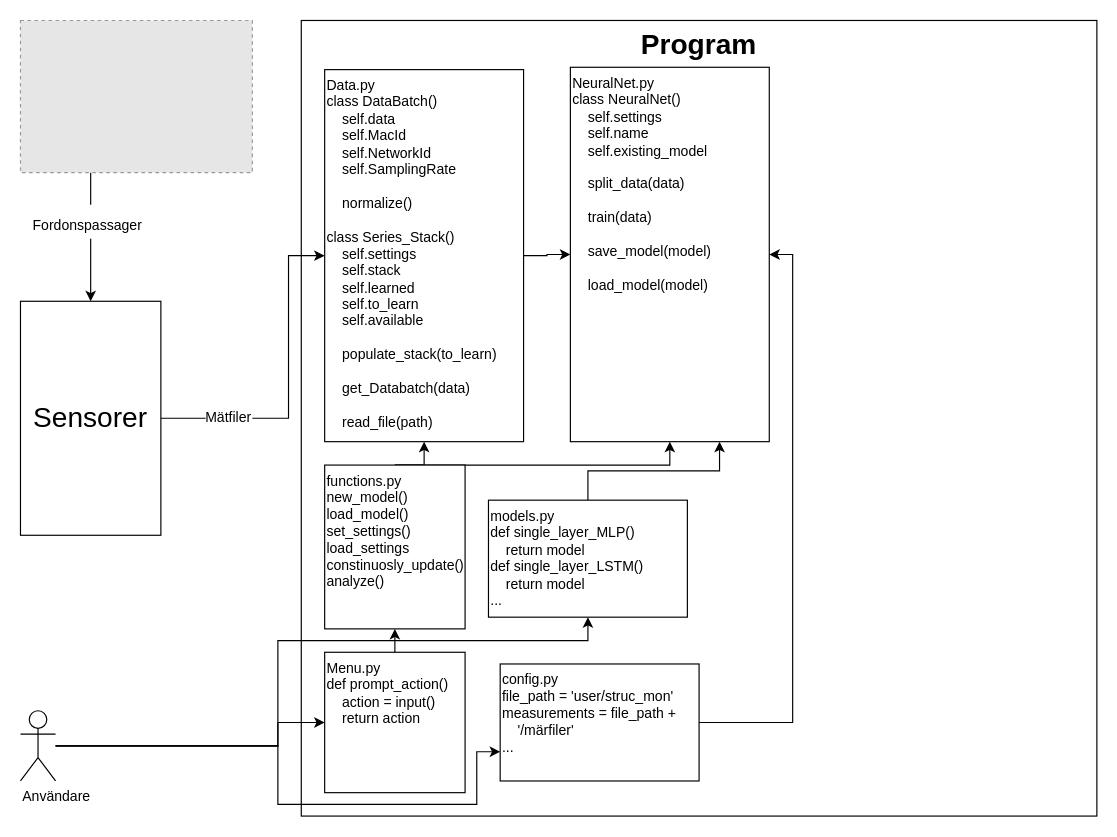
Earlier version of the draw.io diagram klasschema.drawio (jesperiksson/struc-mon). Source tidied: cells renumbered, new cells numbered last; positions are measured from the earlier drawing's top-left corner, leaving out a move shared by most shapes. Both pictures are drawn from the tidied source at 117%, with x=0, y=0 at pixel (20, 20). Pictures stored in the file or linked from it are replaced by grey dashed boxes.
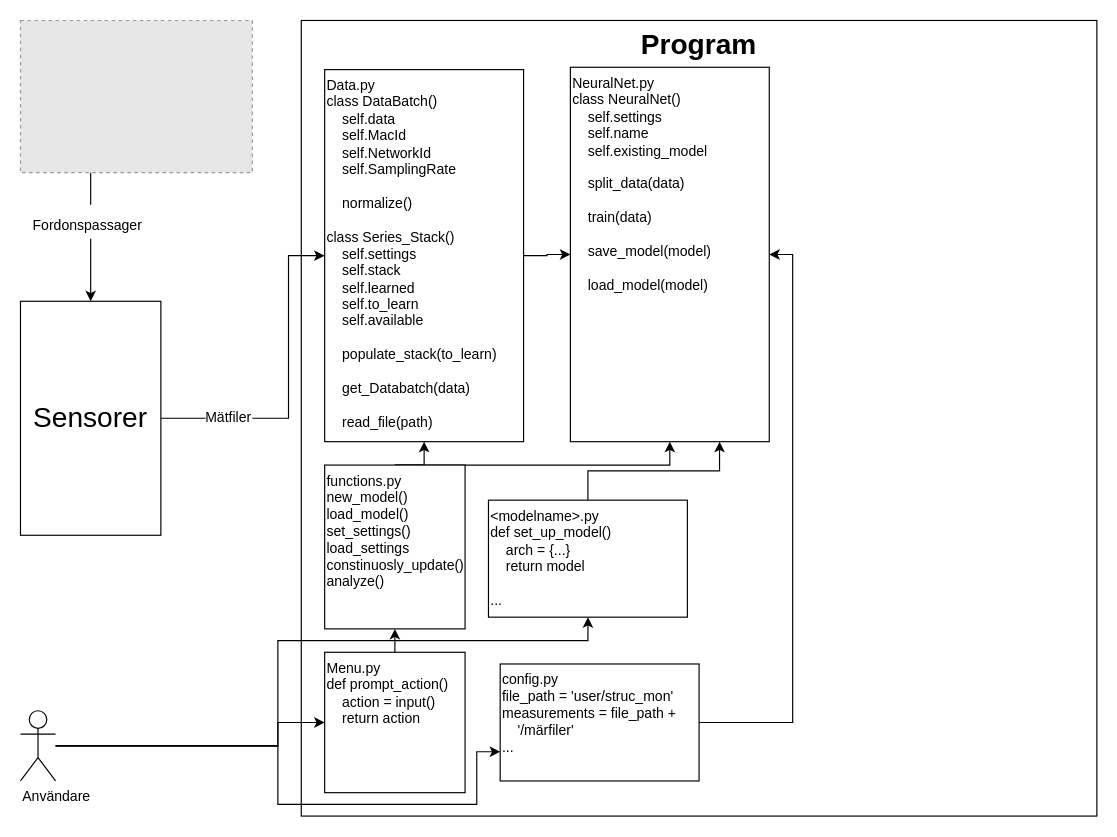
After the change.

Diff of the diagram source:
```diff
@@
-    <mxCell id="14" value="models.py&lt;br&gt;def single_layer_MLP()&lt;br&gt;&amp;nbsp; &amp;nbsp; return model&lt;br&gt;def single_layer_LSTM()&lt;br&gt;&amp;nbsp; &amp;nbsp; return model&lt;br&gt;..." style="rounded=0;whiteSpace=wrap;html=1;fontSize=12;align=left;verticalAlign=top;" parent="1" vertex="1">
+    <mxCell id="14" value="&amp;lt;modelname&amp;gt;.py&lt;br&gt;def set_up_model()&lt;br&gt;&amp;nbsp; &amp;nbsp; arch = {...}&lt;br&gt;&amp;nbsp; &amp;nbsp; return model&lt;br&gt;&lt;br&gt;..." style="rounded=0;whiteSpace=wrap;html=1;fontSize=12;align=left;verticalAlign=top;" parent="1" vertex="1">
       <mxGeometry x="400" y="410" width="170" height="100" as="geometry" />
     </mxCell>
```
